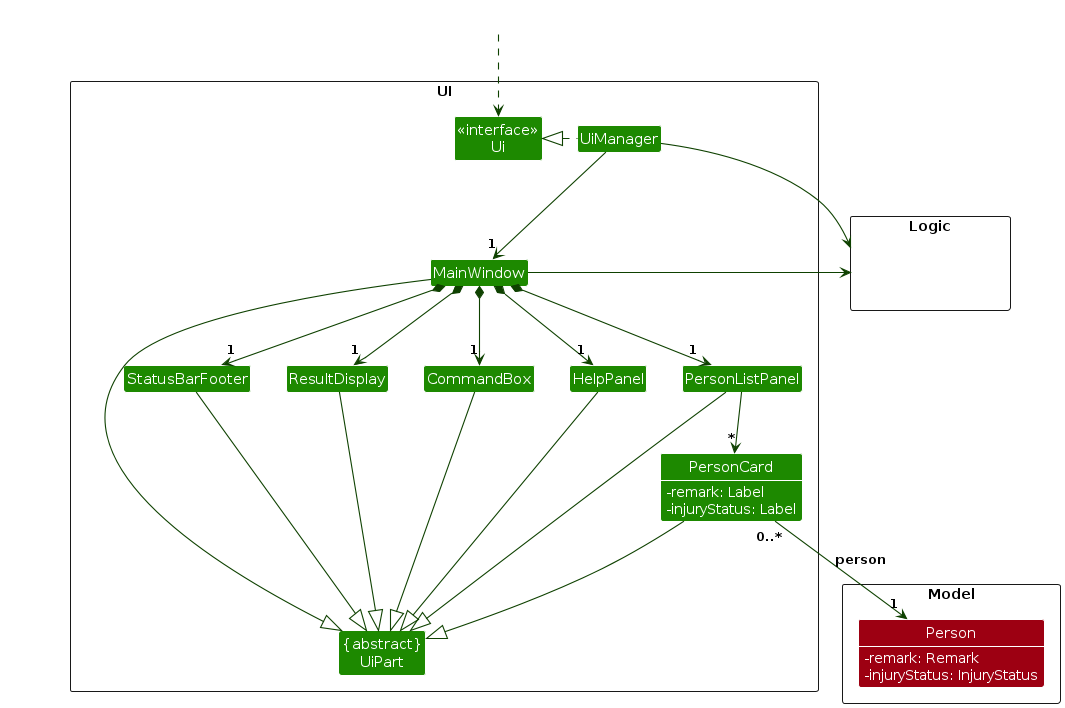
This is diagrams/UiClassDiagram.png from AY2627S1-CS2103T-W13-1/tp, a PlantUML export, as it was before one commit. Its source is kept beside it as diagrams/UiClassDiagram.puml.
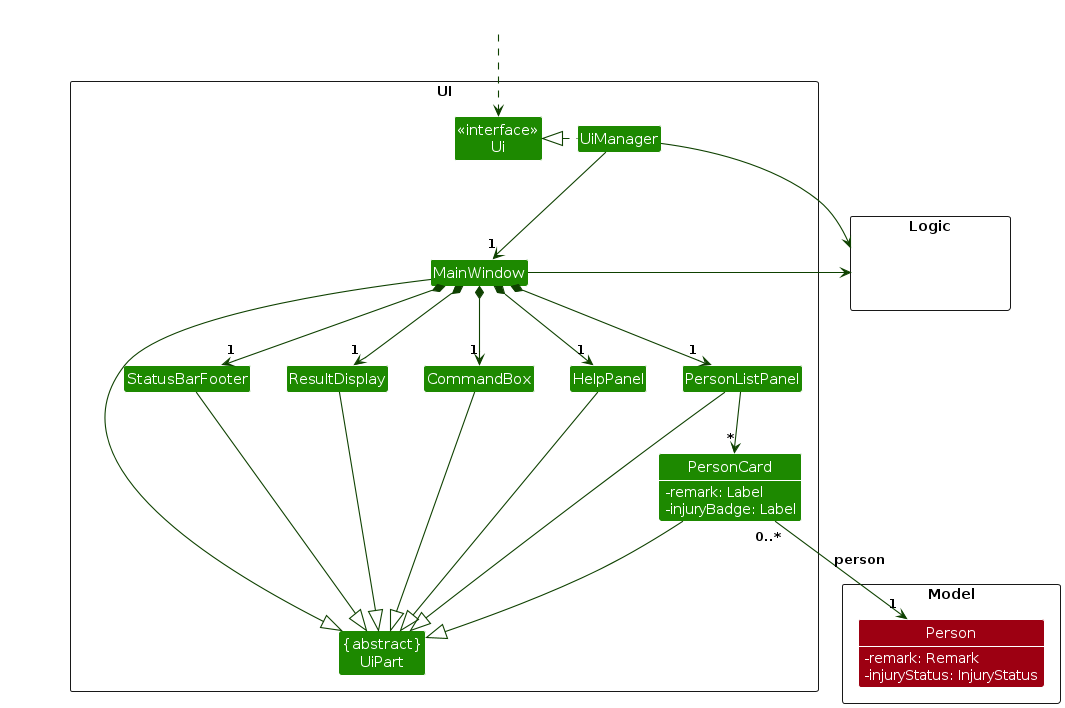
After the change.

The edit, as a diff of the source:
```diff
@@ -16,7 +16,7 @@
 Class PersonListPanel
 Class PersonCard {
     -remark: Label
-    -injuryStatus: Label
+    -injuryBadge: Label
 }
 show PersonCard fields
 Class StatusBarFooter
```
